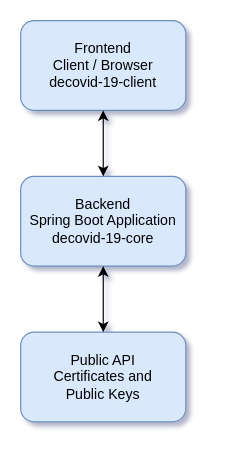
vitoco84/decovid-19-documentation keeps this draw.io diagram as page "Architecture" (1 of 5) of Files and Pictures/diagrams.drawio. Above is the earlier version. Source tidied: cells renumbered, new cells numbered last; positions are measured from the earlier drawing's top-left corner, leaving out a move shared by most shapes. Both pictures are drawn from the tidied source at 118%, with x=0, y=0 at pixel (20, 20). Pictures stored in the file or linked from it are replaced by grey dashed boxes.
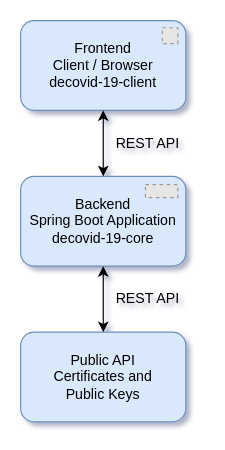
Above is the later version.

Commit message (it also covers changes not shown here):
updated architecture img

Diff of the diagram source:
```diff
@@
 <mxGraphModel shadow="1">
   <root>
     <mxCell id="0" />
     <mxCell id="1" parent="0" />
     <mxCell id="2" value="Backend&lt;br&gt;Spring Boot Application&lt;br&gt;decovid-19-core" style="rounded=1;whiteSpace=wrap;html=1;fillColor=#dae8fc;strokeColor=#6c8ebf;" parent="1" vertex="1">
       <mxGeometry y="132" width="140" height="76" as="geometry" />
     </mxCell>
     <mxCell id="3" value="Frontend&lt;br&gt;Client / Browser&lt;br&gt;decovid-19-client" style="rounded=1;whiteSpace=wrap;html=1;fillColor=#dae8fc;strokeColor=#6c8ebf;" parent="1" vertex="1">
       <mxGeometry width="140" height="76" as="geometry" />
     </mxCell>
     <mxCell id="4" style="endArrow=classic;startArrow=classic;html=1;rounded=0;entryX=0.5;entryY=1;entryDx=0;entryDy=0;exitX=0.5;exitY=0;exitDx=0;exitDy=0;" parent="1" edge="1" source="2" target="3">
       <mxGeometry relative="1" as="geometry" />
     </mxCell>
     <mxCell id="5" value="Public API&lt;br&gt;Certificates and&lt;br&gt;Public Keys" style="rounded=1;whiteSpace=wrap;html=1;fillColor=#dae8fc;strokeColor=#6c8ebf;" parent="1" vertex="1">
       <mxGeometry y="264" width="140" height="76" as="geometry" />
     </mxCell>
     <mxCell id="6" style="endArrow=classic;startArrow=classic;html=1;rounded=0;entryX=0.5;entryY=1;entryDx=0;entryDy=0;exitX=0.5;exitY=0;exitDx=0;exitDy=0;" parent="1" edge="1" source="5">
       <mxGeometry relative="1" as="geometry">
         <mxPoint x="70" y="208" as="targetPoint" />
       </mxGeometry>
     </mxCell>
+    <mxCell id="7" value="REST API" style="rounded=0;whiteSpace=wrap;html=1;fillColor=none;strokeColor=none;align=left;fontColor=default;shadow=0;" parent="1" vertex="1">
+      <mxGeometry x="79" y="89" width="71" height="30" as="geometry" />
+    </mxCell>
+    <mxCell id="8" value="REST API" style="rounded=0;whiteSpace=wrap;html=1;fillColor=none;strokeColor=none;align=left;fontColor=default;shadow=0;" parent="1" vertex="1">
+      <mxGeometry x="79" y="221" width="71" height="30" as="geometry" />
+    </mxCell>
+    <mxCell id="9" style="fillColor=#E6E6E6;strokeColor=#999999;dashed=1;verticalLabelPosition=bottom;labelBackgroundColor=default;verticalAlign=top;" parent="1" vertex="1">
+      <mxGeometry x="105.8" y="139" width="27.4" height="11" as="geometry" />
+    </mxCell>
+    <mxCell id="10" style="fillColor=#E6E6E6;strokeColor=#999999;dashed=1;verticalLabelPosition=bottom;labelBackgroundColor=default;verticalAlign=top;" parent="1" vertex="1">
+      <mxGeometry x="120" y="6" width="13.2" height="13.5" as="geometry" />
+    </mxCell>
   </root>
 </mxGraphModel>
```
